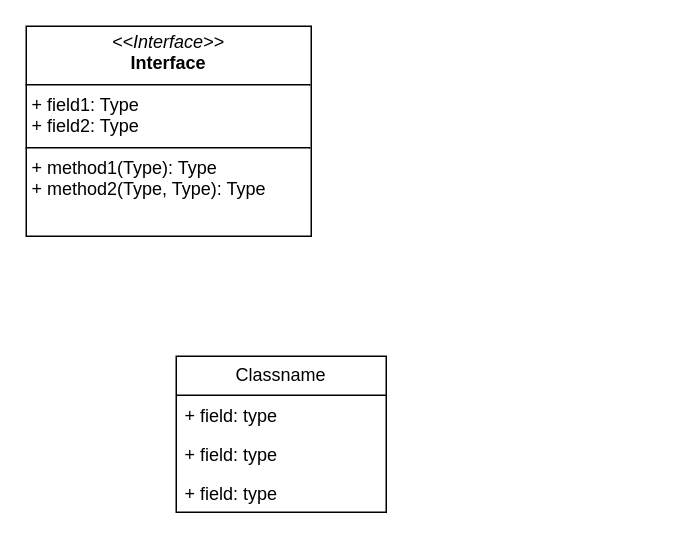
Earlier version of the draw.io diagram Untitled Diagram.drawio (berabappaditya/berabappaditya). Source tidied: cells renumbered, new cells numbered last; positions are measured from the earlier drawing's top-left corner, leaving out a move shared by most shapes. Both pictures are drawn from the tidied source at 150%, with x=0, y=0 at pixel (26, 26).
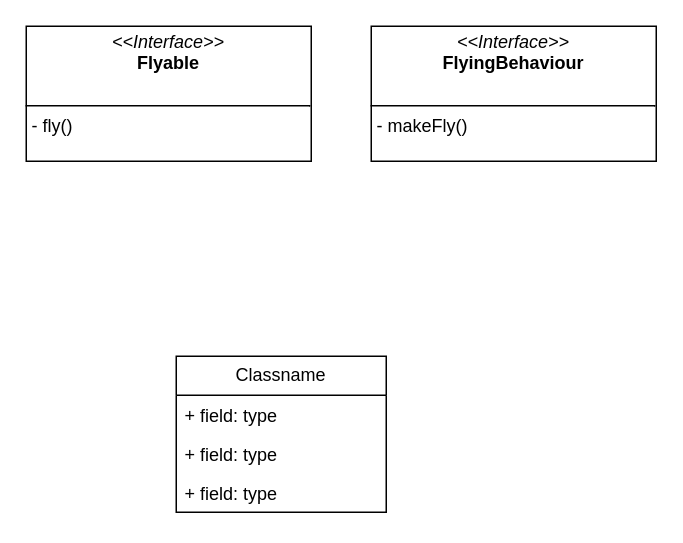
The same diagram, later.

Diff of the diagram source:
```diff
@@
 <mxGraphModel>
   <root>
     <mxCell id="0" />
     <mxCell id="1" parent="0" />
     <mxCell id="2" value="Classname" style="swimlane;fontStyle=0;horizontal=1;startSize=26;fillColor=none;whiteSpace=wrap;html=1;" parent="1" vertex="1">
       <mxGeometry x="100" y="220" width="140" height="104" as="geometry" />
     </mxCell>
     <mxCell id="3" value="+ field: type" style="text;strokeColor=none;fillColor=none;align=left;verticalAlign=top;spacingLeft=4;spacingRight=4;overflow=hidden;whiteSpace=wrap;html=1;" parent="2" vertex="1">
       <mxGeometry y="26" width="140" height="26" as="geometry" />
     </mxCell>
     <mxCell id="4" value="+ field: type" style="text;strokeColor=none;fillColor=none;align=left;verticalAlign=top;spacingLeft=4;spacingRight=4;overflow=hidden;whiteSpace=wrap;html=1;" parent="2" vertex="1">
       <mxGeometry y="52" width="140" height="26" as="geometry" />
     </mxCell>
     <mxCell id="5" value="+ field: type" style="text;strokeColor=none;fillColor=none;align=left;verticalAlign=top;spacingLeft=4;spacingRight=4;overflow=hidden;whiteSpace=wrap;html=1;" parent="2" vertex="1">
       <mxGeometry y="78" width="140" height="26" as="geometry" />
     </mxCell>
-    <mxCell id="6" value="&lt;p style=&quot;margin:0px;margin-top:4px;text-align:center;&quot;&gt;&lt;i&gt;&amp;lt;&amp;lt;Interface&amp;gt;&amp;gt;&lt;/i&gt;&lt;br/&gt;&lt;b&gt;Interface&lt;/b&gt;&lt;/p&gt;&lt;hr size=&quot;1&quot; style=&quot;border-style:solid;&quot;/&gt;&lt;p style=&quot;margin:0px;margin-left:4px;&quot;&gt;+ field1: Type&lt;br/&gt;+ field2: Type&lt;/p&gt;&lt;hr size=&quot;1&quot; style=&quot;border-style:solid;&quot;/&gt;&lt;p style=&quot;margin:0px;margin-left:4px;&quot;&gt;+ method1(Type): Type&lt;br/&gt;+ method2(Type, Type): Type&lt;/p&gt;" style="verticalAlign=top;align=left;overflow=fill;html=1;whiteSpace=wrap;" parent="1" vertex="1">
-      <mxGeometry width="190" height="140" as="geometry" />
+    <mxCell id="6" value="&lt;p style=&quot;margin:0px;margin-top:4px;text-align:center;&quot;&gt;&lt;i&gt;&amp;lt;&amp;lt;Interface&amp;gt;&amp;gt;&lt;/i&gt;&lt;br&gt;&lt;b&gt;Flyable&lt;/b&gt;&lt;/p&gt;&lt;p style=&quot;margin:0px;margin-left:4px;&quot;&gt;&lt;br&gt;&lt;/p&gt;&lt;hr size=&quot;1&quot; style=&quot;border-style:solid;&quot;&gt;&lt;p style=&quot;margin:0px;margin-left:4px;&quot;&gt;- fly()&lt;br&gt;&lt;/p&gt;" style="verticalAlign=top;align=left;overflow=fill;html=1;whiteSpace=wrap;" parent="1" vertex="1">
+      <mxGeometry width="190" height="90" as="geometry" />
     </mxCell>
+    <mxCell id="7" value="&lt;p style=&quot;margin:0px;margin-top:4px;text-align:center;&quot;&gt;&lt;i&gt;&amp;lt;&amp;lt;Interface&amp;gt;&amp;gt;&lt;/i&gt;&lt;br&gt;&lt;b&gt;FlyingBehaviour&lt;/b&gt;&lt;/p&gt;&lt;p style=&quot;margin:0px;margin-left:4px;&quot;&gt;&lt;br&gt;&lt;/p&gt;&lt;hr size=&quot;1&quot; style=&quot;border-style:solid;&quot;&gt;&lt;p style=&quot;margin:0px;margin-left:4px;&quot;&gt;- makeFly()&lt;br&gt;&lt;/p&gt;" style="verticalAlign=top;align=left;overflow=fill;html=1;whiteSpace=wrap;" parent="1" vertex="1">
+      <mxGeometry x="230" width="190" height="90" as="geometry" />
+    </mxCell>
   </root>
 </mxGraphModel>
```
